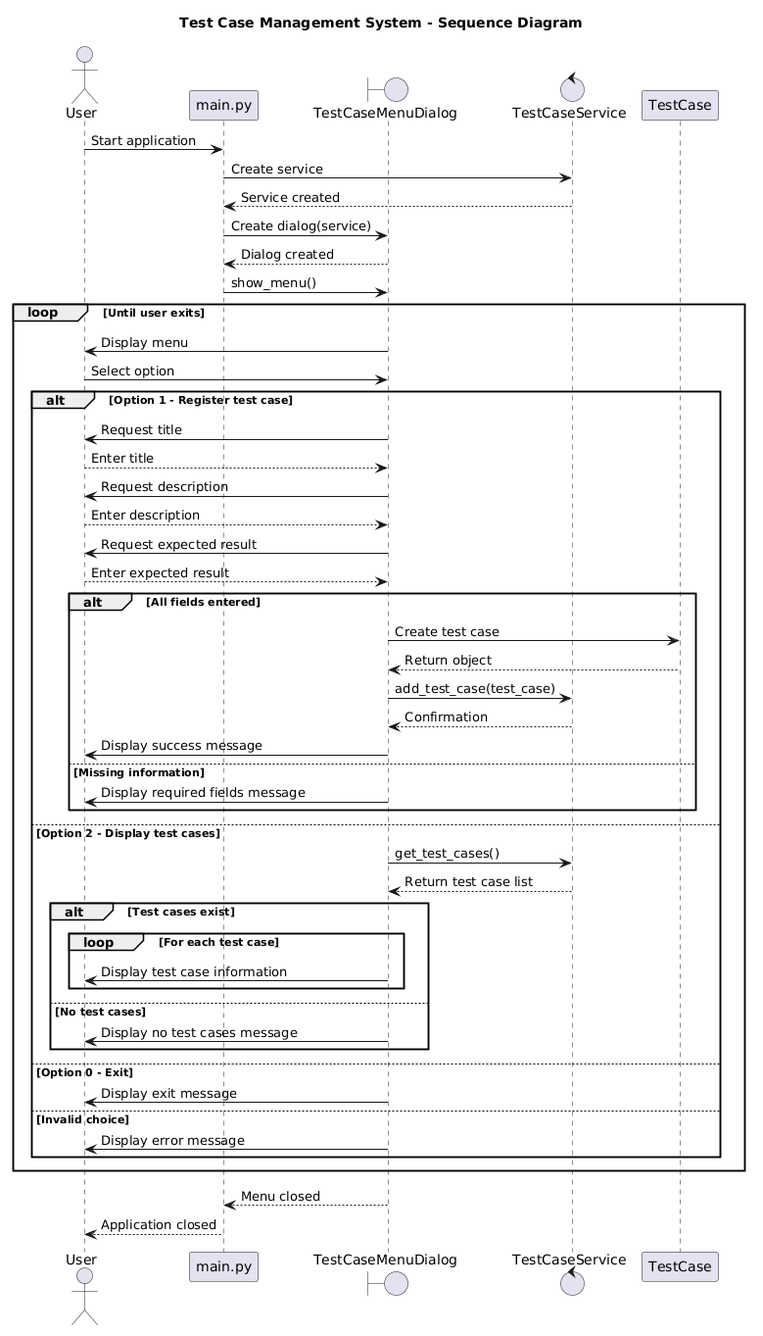
The PlantUML diagram diagrams/sequence_diagram.png.png in Farzana-QA/TestCaseManagementSystem, before a commit. Its diagram source:
```plantuml
@startuml
title Test Case Management System - Sequence Diagram

actor User
participant "main.py" as Main
boundary TestCaseMenuDialog
control TestCaseService
participant TestCase

User -> Main: Start application

Main -> TestCaseService: Create service
TestCaseService --> Main: Service created

Main -> TestCaseMenuDialog: Create dialog(service)
TestCaseMenuDialog --> Main: Dialog created

Main -> TestCaseMenuDialog: show_menu()

loop Until user exits

    TestCaseMenuDialog -> User: Display menu
    User -> TestCaseMenuDialog: Select option

    alt Option 1 - Register test case

        TestCaseMenuDialog -> User: Request title
        User --> TestCaseMenuDialog: Enter title

        TestCaseMenuDialog -> User: Request description
        User --> TestCaseMenuDialog: Enter description

        TestCaseMenuDialog -> User: Request expected result
        User --> TestCaseMenuDialog: Enter expected result

        alt All fields entered

            TestCaseMenuDialog -> TestCase: Create test case
            TestCase --> TestCaseMenuDialog: Return object

            TestCaseMenuDialog -> TestCaseService: add_test_case(test_case)
            TestCaseService --> TestCaseMenuDialog: Confirmation

            TestCaseMenuDialog -> User: Display success message

        else Missing information

            TestCaseMenuDialog -> User: Display required fields message

        end

    else Option 2 - Display test cases

        TestCaseMenuDialog -> TestCaseService: get_test_cases()
        TestCaseService --> TestCaseMenuDialog: Return test case list

        alt Test cases exist

            loop For each test case
                TestCaseMenuDialog -> User: Display test case information
            end

        else No test cases

            TestCaseMenuDialog -> User: Display no test cases message

        end

    else Option 0 - Exit

        TestCaseMenuDialog -> User: Display exit message

    else Invalid choice

        TestCaseMenuDialog -> User: Display error message

    end

end

TestCaseMenuDialog --> Main: Menu closed
Main --> User: Application closed
@enduml
```
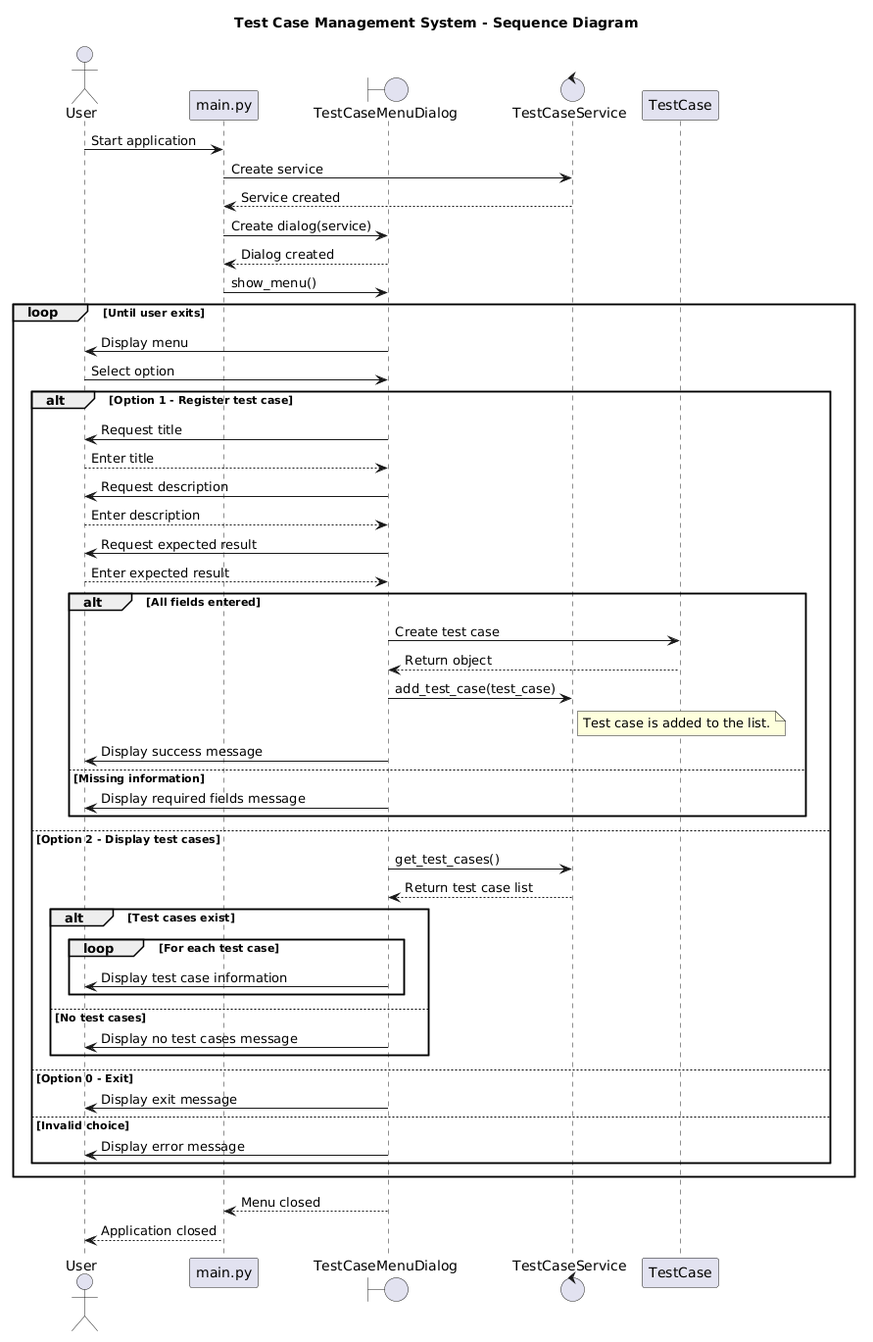
Later version of the same file.

Commit message:
Finalize UML diagrams

The edit, as a diff of the source:
```diff
@@ -39,8 +39,9 @@
             TestCase --> TestCaseMenuDialog: Return object
 
             TestCaseMenuDialog -> TestCaseService: add_test_case(test_case)
-            TestCaseService --> TestCaseMenuDialog: Confirmation
-
+          note right of TestCaseService
+  		Test case is added to the list.
+		end note
             TestCaseMenuDialog -> User: Display success message
 
         else Missing information
```
